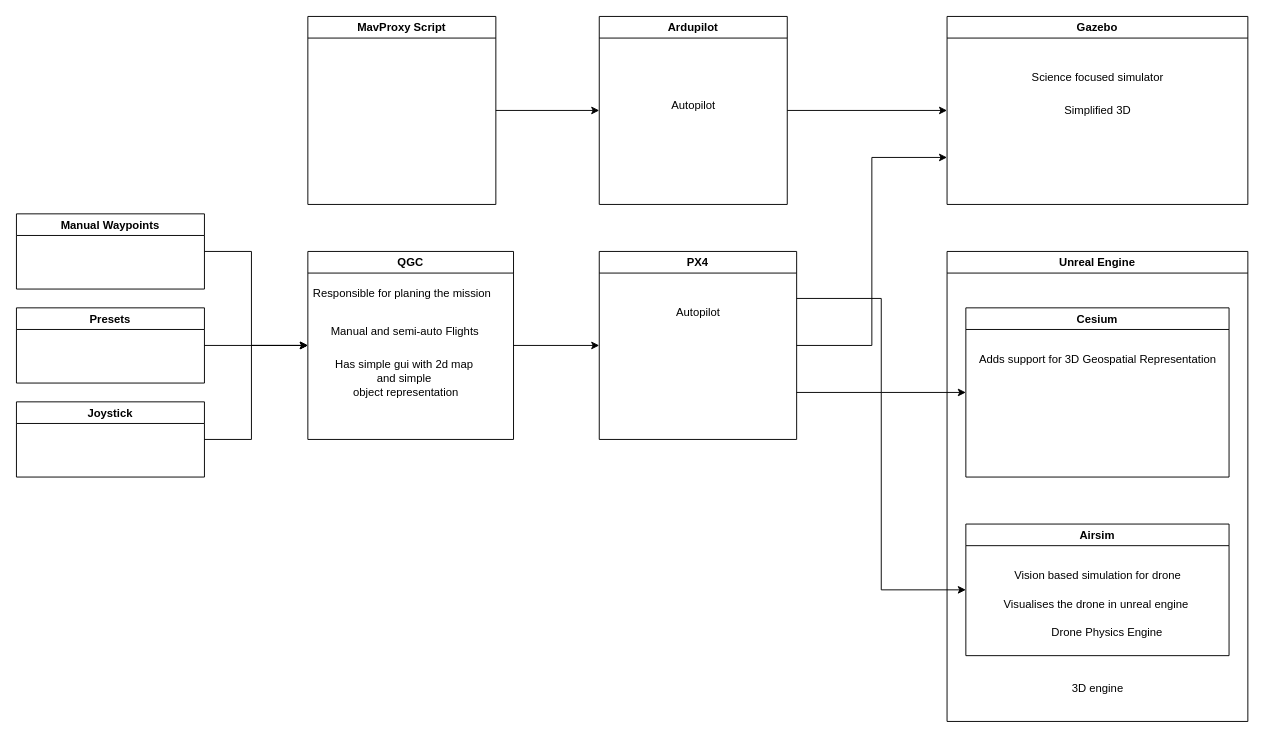
madatr/UTM-Diagrams keeps this draw.io diagram as Drone_sim.drawio. Above is the earlier version. Source tidied: cells renumbered, new cells numbered last; positions are measured from the earlier drawing's top-left corner, leaving out a move shared by most shapes. Both pictures are drawn from the tidied source at 94%, with x=0, y=0 at pixel (16, 16).
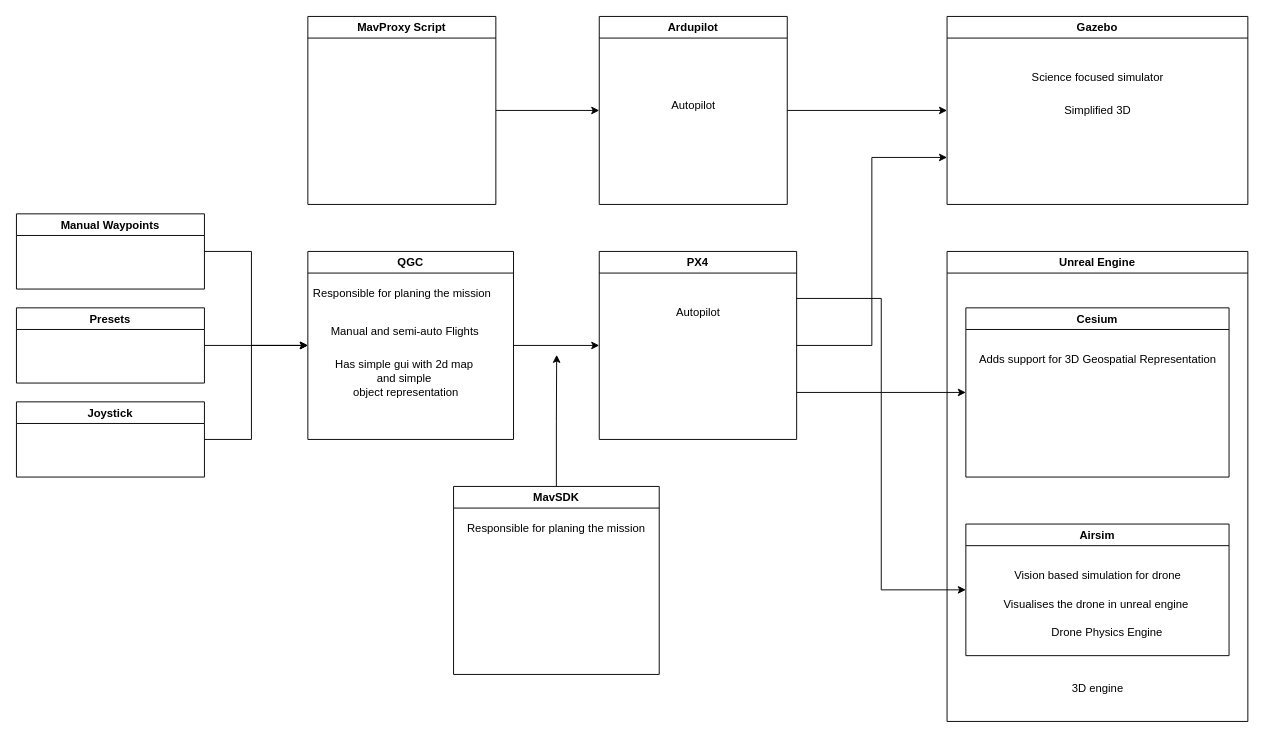
The same diagram, later.

The edit, as a diff of the source:
```diff
@@
+    <mxCell id="34" style="edgeStyle=orthogonalEdgeStyle;rounded=0;jettySize=auto;html=1;exitX=0.5;exitY=0;exitDx=0;exitDy=0;" parent="1" edge="1" source="35">
+      <mxGeometry relative="1" as="geometry">
+        <mxPoint x="574.7" y="360" as="targetPoint" />
+      </mxGeometry>
+    </mxCell>
+    <mxCell id="35" value="MavSDK" style="swimlane;" parent="1" vertex="1">
+      <mxGeometry x="465" y="500" width="218.8" height="200" as="geometry" />
+    </mxCell>
+    <mxCell id="36" value="Responsible for planing the mission" style="text;html=1;align=center;verticalAlign=middle;strokeColor=none;fillColor=none;" parent="35" vertex="1">
+      <mxGeometry x="4.4" y="30" width="210" height="30" as="geometry" />
+    </mxCell>
```
